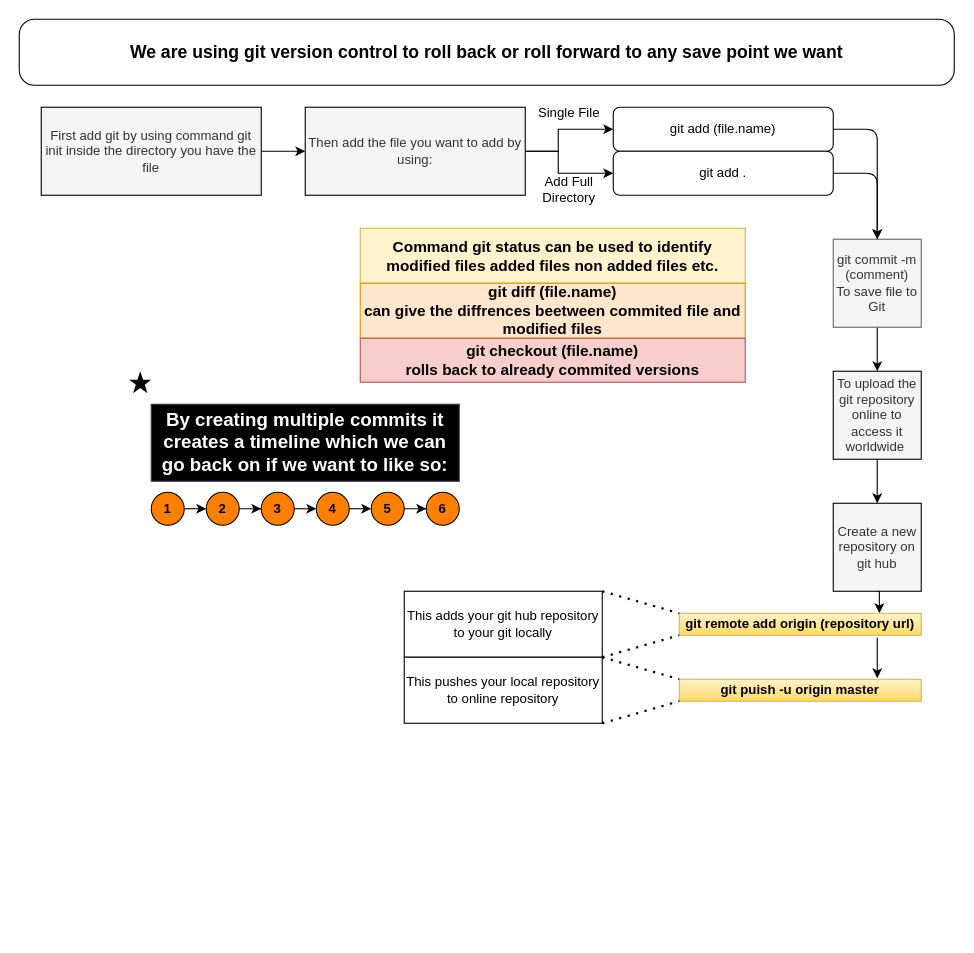
The draw.io diagram git_version_control.drawio in AVJ125/cv, before the edit. Source tidied: cells renumbered, new cells numbered last; positions are measured from the earlier drawing's top-left corner, leaving out a move shared by most shapes. Both pictures are drawn from the tidied source at 110%, with x=0, y=0 at pixel (19, 19).
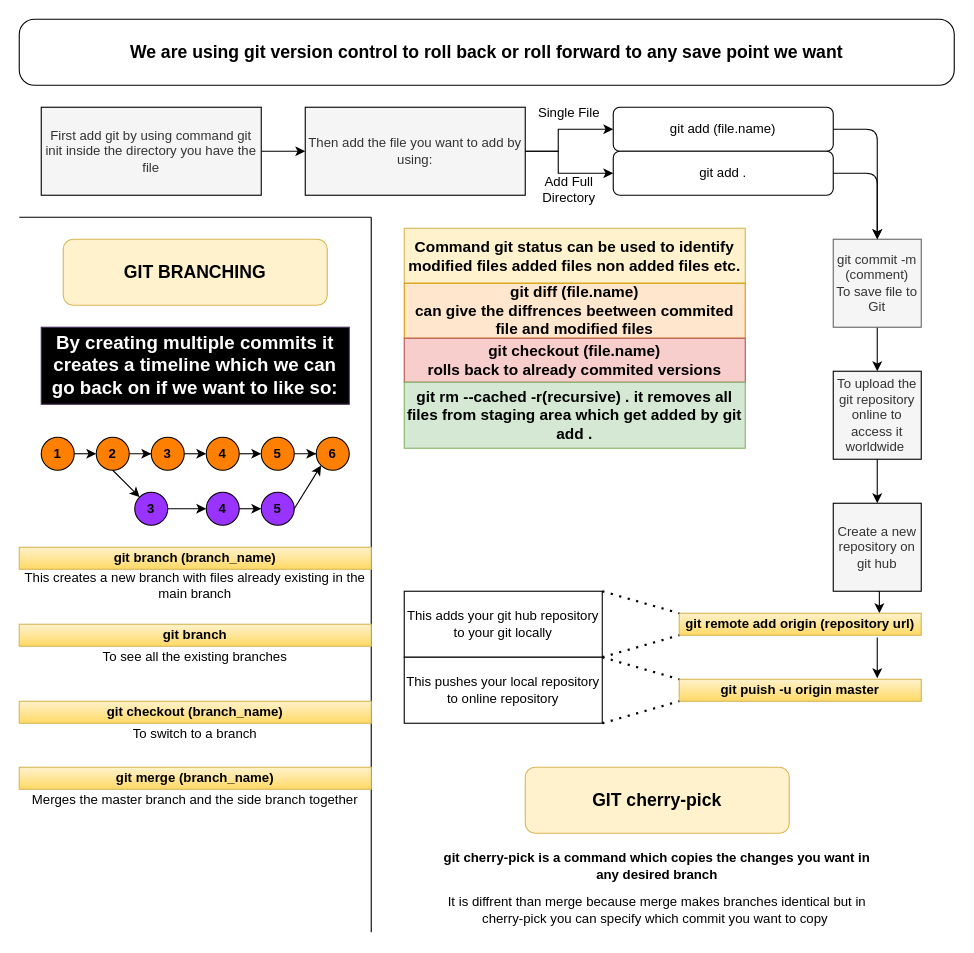
Above is the later version.

The edit, as a diff of the source:
```diff
@@
     <mxCell id="16" value="&lt;b&gt;&lt;font style=&quot;font-size: 14px&quot;&gt;Command git status can be used to identify modified files added files non added files etc.&lt;/font&gt;&lt;/b&gt;" style="text;html=1;strokeColor=#d6b656;fillColor=#fff2cc;align=center;verticalAlign=middle;whiteSpace=wrap;rounded=0;" parent="1" vertex="1">
-      <mxGeometry x="310" y="190" width="350" height="50" as="geometry" />
+      <mxGeometry x="350" y="190" width="310" height="50" as="geometry" />
     </mxCell>
     <mxCell id="17" value="&lt;b style=&quot;font-size: 14px&quot;&gt;git diff (file.name)&lt;br&gt;can give the diffrences beetween commited file and modified files&lt;/b&gt;" style="text;html=1;strokeColor=#d79b00;fillColor=#ffe6cc;align=center;verticalAlign=middle;whiteSpace=wrap;rounded=0;" parent="1" vertex="1">
-      <mxGeometry x="310" y="240" width="350" height="50" as="geometry" />
+      <mxGeometry x="350" y="240" width="310" height="50" as="geometry" />
     </mxCell>
     <mxCell id="18" value="&lt;b style=&quot;font-size: 14px&quot;&gt;git checkout (file.name)&lt;br&gt;rolls back to already commited versions&lt;/b&gt;" style="text;html=1;strokeColor=#b85450;fillColor=#f8cecc;align=center;verticalAlign=middle;whiteSpace=wrap;rounded=0;" parent="1" vertex="1">
-      <mxGeometry x="310" y="290" width="350" height="40" as="geometry" />
+      <mxGeometry x="350" y="290" width="310" height="40" as="geometry" />
     </mxCell>
@@
     <mxCell id="32" value="&lt;b&gt;&lt;font style=&quot;font-size: 17px&quot;&gt;By creating multiple commits it creates a timeline which we can go back on if we want to like so:&lt;/font&gt;&lt;/b&gt;" style="text;html=1;strokeColor=#432D57;align=center;verticalAlign=middle;whiteSpace=wrap;rounded=0;fontColor=#ffffff;fillColor=#000000;" parent="1" vertex="1">
-      <mxGeometry x="120" y="350" width="280" height="70" as="geometry" />
+      <mxGeometry x="20" y="280" width="280" height="70" as="geometry" />
     </mxCell>
-    <mxCell id="33" style="dashed=0;verticalLabelPosition=bottom;verticalAlign=top;align=center;shape=mxgraph.gmdl.star;strokeColor=none;shadow=0;fillColor=#000000;" parent="1" vertex="1">
-      <mxGeometry x="100" y="320" width="20" height="20" as="geometry" />
-    </mxCell>
@@
     <mxCell id="35" value="&lt;b&gt;1&lt;/b&gt;" style="ellipse;whiteSpace=wrap;html=1;fillColor=#FF8000;" parent="1" vertex="1">
-      <mxGeometry x="120" y="430" width="30" height="30" as="geometry" />
+      <mxGeometry x="20" y="380" width="30" height="30" as="geometry" />
     </mxCell>
@@
     <mxCell id="37" value="2" style="ellipse;whiteSpace=wrap;html=1;fillColor=#FF8000;fontStyle=1;" parent="1" vertex="1">
-      <mxGeometry x="170" y="430" width="30" height="30" as="geometry" />
+      <mxGeometry x="70" y="380" width="30" height="30" as="geometry" />
     </mxCell>
@@
     <mxCell id="39" value="&lt;b&gt;3&lt;/b&gt;" style="ellipse;whiteSpace=wrap;html=1;fillColor=#FF8000;" parent="1" vertex="1">
-      <mxGeometry x="220" y="430" width="30" height="30" as="geometry" />
+      <mxGeometry x="120" y="380" width="30" height="30" as="geometry" />
     </mxCell>
@@
     <mxCell id="41" value="&lt;b&gt;4&lt;/b&gt;" style="ellipse;whiteSpace=wrap;html=1;fillColor=#FF8000;" parent="1" vertex="1">
-      <mxGeometry x="270" y="430" width="30" height="30" as="geometry" />
+      <mxGeometry x="170" y="380" width="30" height="30" as="geometry" />
     </mxCell>
@@
     <mxCell id="43" value="&lt;b&gt;5&lt;/b&gt;" style="ellipse;whiteSpace=wrap;html=1;fillColor=#FF8000;" parent="1" vertex="1">
-      <mxGeometry x="320" y="430" width="30" height="30" as="geometry" />
+      <mxGeometry x="220" y="380" width="30" height="30" as="geometry" />
     </mxCell>
     <mxCell id="44" value="&lt;b&gt;6&lt;/b&gt;" style="ellipse;whiteSpace=wrap;html=1;fillColor=#FF8000;" parent="1" vertex="1">
-      <mxGeometry x="370" y="430" width="30" height="30" as="geometry" />
+      <mxGeometry x="270" y="380" width="30" height="30" as="geometry" />
     </mxCell>
+    <mxCell id="45" value="&lt;font size=&quot;3&quot;&gt;&lt;b&gt;GIT BRANCHING&lt;/b&gt;&lt;/font&gt;" style="rounded=1;whiteSpace=wrap;html=1;fillColor=#fff2cc;strokeColor=#d6b656;" parent="1" vertex="1">
+      <mxGeometry x="40" y="200" width="240" height="60" as="geometry" />
+    </mxCell>
+    <mxCell id="46" style="endArrow=none;html=1;" parent="1" edge="1">
+      <mxGeometry relative="1" as="geometry">
+        <mxPoint y="180" as="sourcePoint" />
+        <mxPoint x="320" y="180" as="targetPoint" />
+      </mxGeometry>
+    </mxCell>
+    <mxCell id="47" style="endArrow=none;html=1;" parent="1" edge="1">
+      <mxGeometry relative="1" as="geometry">
+        <mxPoint x="320" y="830" as="sourcePoint" />
+        <mxPoint x="320" y="180" as="targetPoint" />
+      </mxGeometry>
+    </mxCell>
+    <mxCell id="48" style="edgeStyle=orthogonalEdgeStyle;rounded=0;jettySize=auto;html=1;exitX=1;exitY=0.5;exitDx=0;exitDy=0;entryX=0;entryY=0.5;entryDx=0;entryDy=0;fontColor=#FF8000;" parent="1" edge="1" source="49" target="51">
+      <mxGeometry relative="1" as="geometry" />
+    </mxCell>
+    <mxCell id="49" value="&lt;b&gt;3&lt;/b&gt;" style="ellipse;whiteSpace=wrap;html=1;fillColor=#9933FF;" parent="1" vertex="1">
+      <mxGeometry x="105" y="430" width="30" height="30" as="geometry" />
+    </mxCell>
+    <mxCell id="50" style="edgeStyle=orthogonalEdgeStyle;rounded=0;jettySize=auto;html=1;exitX=1;exitY=0.5;exitDx=0;exitDy=0;entryX=0;entryY=0.5;entryDx=0;entryDy=0;fontColor=#FF8000;" parent="1" edge="1" source="51" target="52">
+      <mxGeometry relative="1" as="geometry" />
+    </mxCell>
+    <mxCell id="51" value="&lt;b&gt;4&lt;/b&gt;" style="ellipse;whiteSpace=wrap;html=1;fillColor=#9933FF;" parent="1" vertex="1">
+      <mxGeometry x="170" y="430" width="30" height="30" as="geometry" />
+    </mxCell>
+    <mxCell id="52" value="&lt;b&gt;5&lt;/b&gt;" style="ellipse;whiteSpace=wrap;html=1;fillColor=#9933FF;" parent="1" vertex="1">
+      <mxGeometry x="220" y="430" width="30" height="30" as="geometry" />
+    </mxCell>
+    <mxCell id="53" style="endArrow=classic;html=1;fontColor=#FF8000;entryX=0;entryY=1;entryDx=0;entryDy=0;exitX=1;exitY=0.5;exitDx=0;exitDy=0;" parent="1" edge="1" source="52" target="44">
+      <mxGeometry relative="1" as="geometry" />
+    </mxCell>
+    <mxCell id="54" style="endArrow=classic;html=1;fontColor=#FF8000;exitX=0.5;exitY=1;exitDx=0;exitDy=0;entryX=0;entryY=0;entryDx=0;entryDy=0;" parent="1" edge="1" source="37" target="49">
+      <mxGeometry relative="1" as="geometry" />
+    </mxCell>
+    <mxCell id="55" value="&lt;b&gt;git branch (branch_name)&lt;br&gt;&lt;/b&gt;" style="text;html=1;strokeColor=#d6b656;fillColor=#fff2cc;align=center;verticalAlign=middle;whiteSpace=wrap;rounded=0;gradientColor=#ffd966;" parent="1" vertex="1">
+      <mxGeometry y="480" width="320" height="20" as="geometry" />
+    </mxCell>
+    <mxCell id="56" value="&lt;font color=&quot;#000000&quot;&gt;This creates a new branch with files already existing in the main branch&lt;/font&gt;" style="text;html=1;strokeColor=none;fillColor=none;align=center;verticalAlign=middle;whiteSpace=wrap;rounded=0;fontColor=#FF8000;" parent="1" vertex="1">
+      <mxGeometry y="500" width="320" height="30" as="geometry" />
+    </mxCell>
+    <mxCell id="57" value="&lt;b&gt;git branch&lt;br&gt;&lt;/b&gt;" style="text;html=1;strokeColor=#d6b656;fillColor=#fff2cc;align=center;verticalAlign=middle;whiteSpace=wrap;rounded=0;gradientColor=#ffd966;" parent="1" vertex="1">
+      <mxGeometry y="550" width="320" height="20" as="geometry" />
+    </mxCell>
+    <mxCell id="58" value="&lt;font color=&quot;#000000&quot;&gt;To see all the existing branches&lt;/font&gt;" style="text;html=1;strokeColor=none;fillColor=none;align=center;verticalAlign=middle;whiteSpace=wrap;rounded=0;fontColor=#FF8000;" parent="1" vertex="1">
+      <mxGeometry y="570" width="320" height="20" as="geometry" />
+    </mxCell>
+    <mxCell id="59" value="&lt;b&gt;git checkout (branch_name)&lt;br&gt;&lt;/b&gt;" style="text;html=1;strokeColor=#d6b656;fillColor=#fff2cc;align=center;verticalAlign=middle;whiteSpace=wrap;rounded=0;gradientColor=#ffd966;" parent="1" vertex="1">
+      <mxGeometry y="620" width="320" height="20" as="geometry" />
+    </mxCell>
+    <mxCell id="60" value="&lt;font color=&quot;#000000&quot;&gt;To switch to a branch&lt;/font&gt;" style="text;html=1;strokeColor=none;fillColor=none;align=center;verticalAlign=middle;whiteSpace=wrap;rounded=0;fontColor=#FF8000;" parent="1" vertex="1">
+      <mxGeometry y="640" width="320" height="20" as="geometry" />
+    </mxCell>
+    <mxCell id="61" value="&lt;font color=&quot;#000000&quot;&gt;Merges the master branch and the side branch together&lt;/font&gt;" style="text;html=1;strokeColor=none;fillColor=none;align=center;verticalAlign=middle;whiteSpace=wrap;rounded=0;fontColor=#FF8000;" parent="1" vertex="1">
+      <mxGeometry y="700" width="320" height="20" as="geometry" />
+    </mxCell>
+    <mxCell id="62" value="&lt;b&gt;git merge (branch_name)&lt;br&gt;&lt;/b&gt;" style="text;html=1;strokeColor=#d6b656;fillColor=#fff2cc;align=center;verticalAlign=middle;whiteSpace=wrap;rounded=0;gradientColor=#ffd966;" parent="1" vertex="1">
+      <mxGeometry y="680" width="320" height="20" as="geometry" />
+    </mxCell>
+    <mxCell id="63" value="&lt;span style=&quot;&quot;&gt;&lt;font style=&quot;font-size: 14px&quot;&gt;&lt;b&gt;git rm --cached -r(recursive) . it removes all files from staging area which get added by git add .&lt;/b&gt;&lt;/font&gt;&lt;/span&gt;" style="text;html=1;strokeColor=#82b366;fillColor=#d5e8d4;align=center;verticalAlign=middle;whiteSpace=wrap;rounded=0;" parent="1" vertex="1">
+      <mxGeometry x="350" y="330" width="310" height="60" as="geometry" />
+    </mxCell>
+    <mxCell id="64" value="&lt;font size=&quot;3&quot;&gt;&lt;b&gt;GIT cherry-pick&lt;/b&gt;&lt;/font&gt;" style="rounded=1;whiteSpace=wrap;html=1;fillColor=#fff2cc;strokeColor=#d6b656;" parent="1" vertex="1">
+      <mxGeometry x="460" y="680" width="240" height="60" as="geometry" />
+    </mxCell>
+    <mxCell id="65" value="&lt;b&gt;git cherry-pick is a command which copies the changes you want in any desired branch&lt;/b&gt;" style="text;html=1;strokeColor=none;fillColor=none;align=center;verticalAlign=middle;whiteSpace=wrap;rounded=0;fontColor=#000000;" parent="1" vertex="1">
+      <mxGeometry x="380" y="750" width="400" height="40" as="geometry" />
+    </mxCell>
+    <mxCell id="66" value="It is diffrent than merge because merge makes branches identical but in cherry-pick you can specify which commit you want to copy&amp;nbsp;" style="text;html=1;strokeColor=none;fillColor=none;align=center;verticalAlign=middle;whiteSpace=wrap;rounded=0;fontColor=#000000;" parent="1" vertex="1">
+      <mxGeometry x="380" y="790" width="400" height="40" as="geometry" />
+    </mxCell>
```
